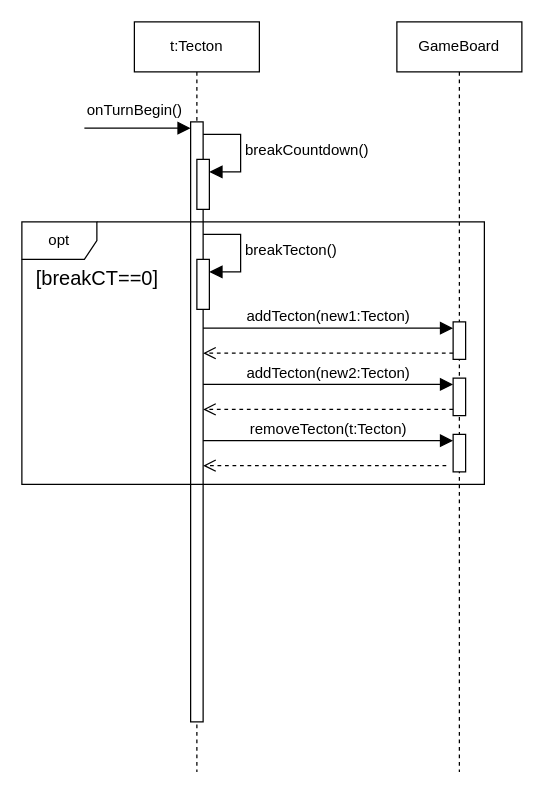
koharzsombor/bandITs keeps this draw.io diagram as page "Tecton" (2 of 7) of GameManager_SequenceDiagram.drawio. Above is the earlier version. Source tidied: cells renumbered, new cells numbered last; positions are measured from the earlier drawing's top-left corner, leaving out a move shared by most shapes. Both pictures are drawn from the tidied source at 125%, with x=0, y=0 at pixel (21, 21).
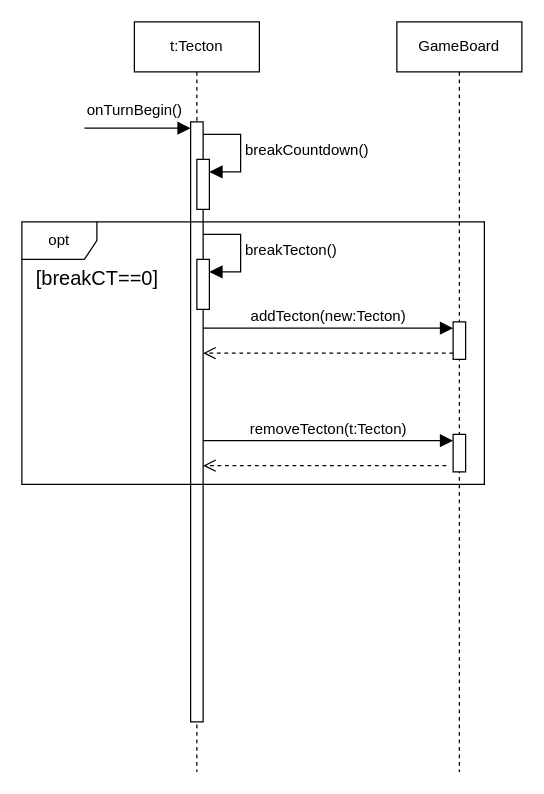
The same diagram, later.

Unchanged cells that the change refers to:
```xml
<mxCell id="3" style="html=1;points=[[0,0,0,0,5],[0,1,0,0,-5],[1,0,0,0,5],[1,1,0,0,-5]];perimeter=orthogonalPerimeter;outlineConnect=0;targetShapes=umlLifeline;portConstraint=eastwest;newEdgeStyle={&quot;curved&quot;:0,&quot;rounded&quot;:0};" parent="2" vertex="1">
  <mxGeometry x="45" y="80" width="10" height="480" as="geometry" />
</mxCell>
<mxCell id="9" value="GameBoard" style="shape=umlLifeline;perimeter=lifelinePerimeter;whiteSpace=wrap;html=1;newEdgeStyle={&quot;curved&quot;:0,&quot;rounded&quot;:0};" parent="1" vertex="1">
  <mxGeometry x="300" width="100" height="600" as="geometry" />
</mxCell>
<mxCell id="10" style="html=1;points=[[0,0,0,0,5],[0,1,0,0,-5],[1,0,0,0,5],[1,1,0,0,-5]];perimeter=orthogonalPerimeter;outlineConnect=0;targetShapes=umlLifeline;portConstraint=eastwest;newEdgeStyle={&quot;curved&quot;:0,&quot;rounded&quot;:0};" parent="9" vertex="1">
  <mxGeometry x="45" y="240" width="10" height="30" as="geometry" />
</mxCell>
```

Change to the diagram source:
```diff
@@
-    <mxCell id="11" style="html=1;points=[[0,0,0,0,5],[0,1,0,0,-5],[1,0,0,0,5],[1,1,0,0,-5]];perimeter=orthogonalPerimeter;outlineConnect=0;targetShapes=umlLifeline;portConstraint=eastwest;newEdgeStyle={&quot;curved&quot;:0,&quot;rounded&quot;:0};" parent="9" vertex="1">
-      <mxGeometry x="45" y="285" width="10" height="30" as="geometry" />
-    </mxCell>
@@
-    <mxCell id="17" value="addTecton(new1:Tecton)" style="html=1;verticalAlign=bottom;endArrow=block;curved=0;rounded=0;entryX=0;entryY=0;entryDx=0;entryDy=5;fontSize=12;startSize=8;endSize=8;" parent="1" edge="1" source="3" target="10">
+    <mxCell id="17" value="addTecton(new&lt;span style=&quot;background-color: light-dark(#ffffff, var(--ge-dark-color, #121212)); color: light-dark(rgb(0, 0, 0), rgb(255, 255, 255));&quot;&gt;:Tecton)&lt;/span&gt;" style="html=1;verticalAlign=bottom;endArrow=block;curved=0;rounded=0;entryX=0;entryY=0;entryDx=0;entryDy=5;fontSize=12;startSize=8;endSize=8;" parent="1" edge="1" source="3" target="10">
       <mxGeometry relative="1" as="geometry" />
     </mxCell>
-    <mxCell id="18" style="html=1;verticalAlign=bottom;endArrow=open;dashed=1;endSize=8;curved=0;rounded=0;fontSize=12;exitX=0;exitY=1;exitDx=0;exitDy=-5;exitPerimeter=0;" parent="1" edge="1" source="11" target="3">
-      <mxGeometry y="-10" relative="1" as="geometry" />
-    </mxCell>
-    <mxCell id="19" value="addTecton(new2:Tecton)" style="html=1;verticalAlign=bottom;endArrow=block;curved=0;rounded=0;entryX=0;entryY=0;entryDx=0;entryDy=5;fontSize=12;startSize=8;endSize=8;" parent="1" edge="1" source="3" target="11">
-      <mxGeometry relative="1" as="geometry" />
-    </mxCell>
```
